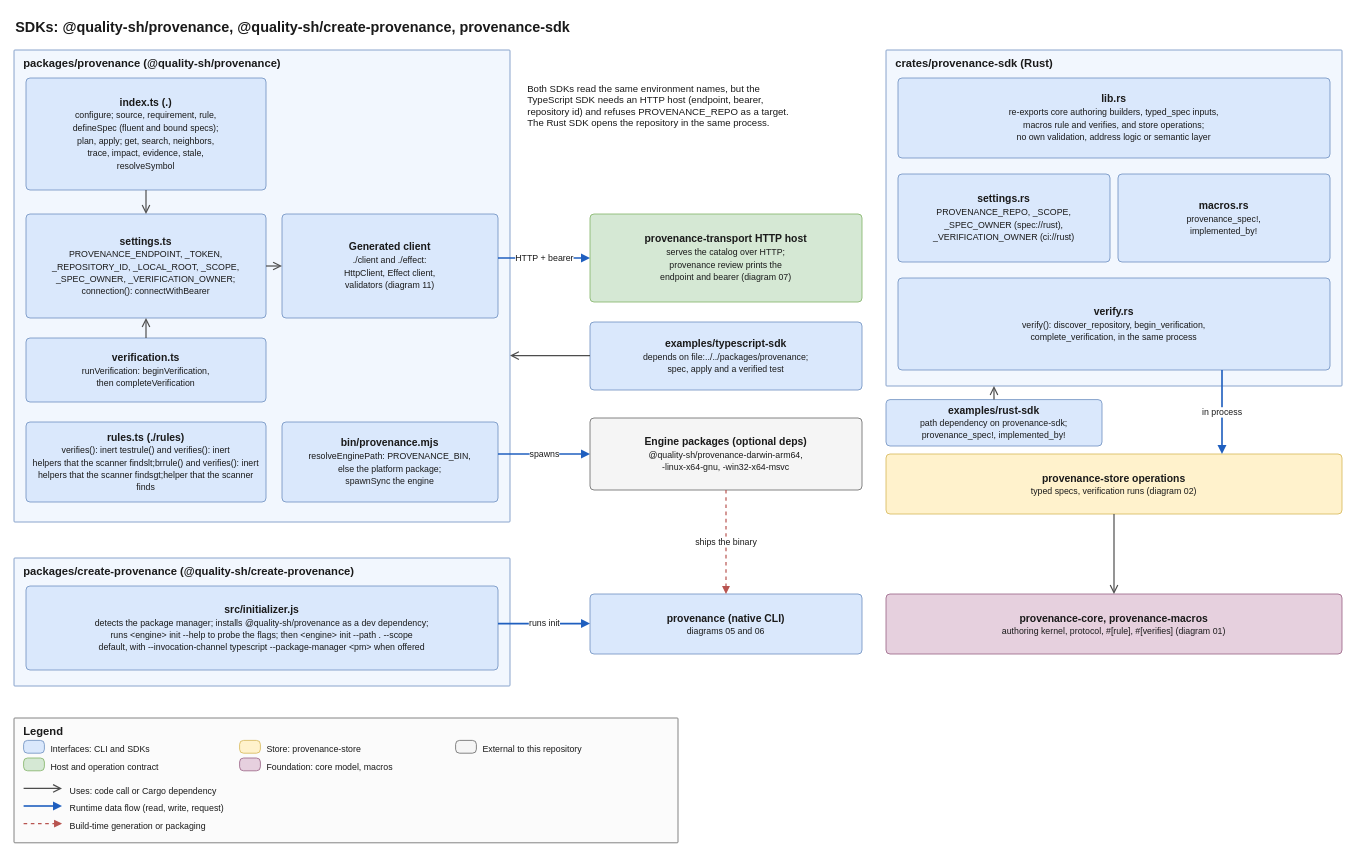
quality-sh/provenance keeps this draw.io diagram as docs/architecture/diagrams/12-sdks.drawio. Above is the earlier version. Source tidied: cells renumbered, new cells numbered last; positions are measured from the earlier drawing's top-left corner, leaving out a move shared by most shapes. Both pictures are drawn from the tidied source at 80%, with x=0, y=0 at pixel (14, 14).
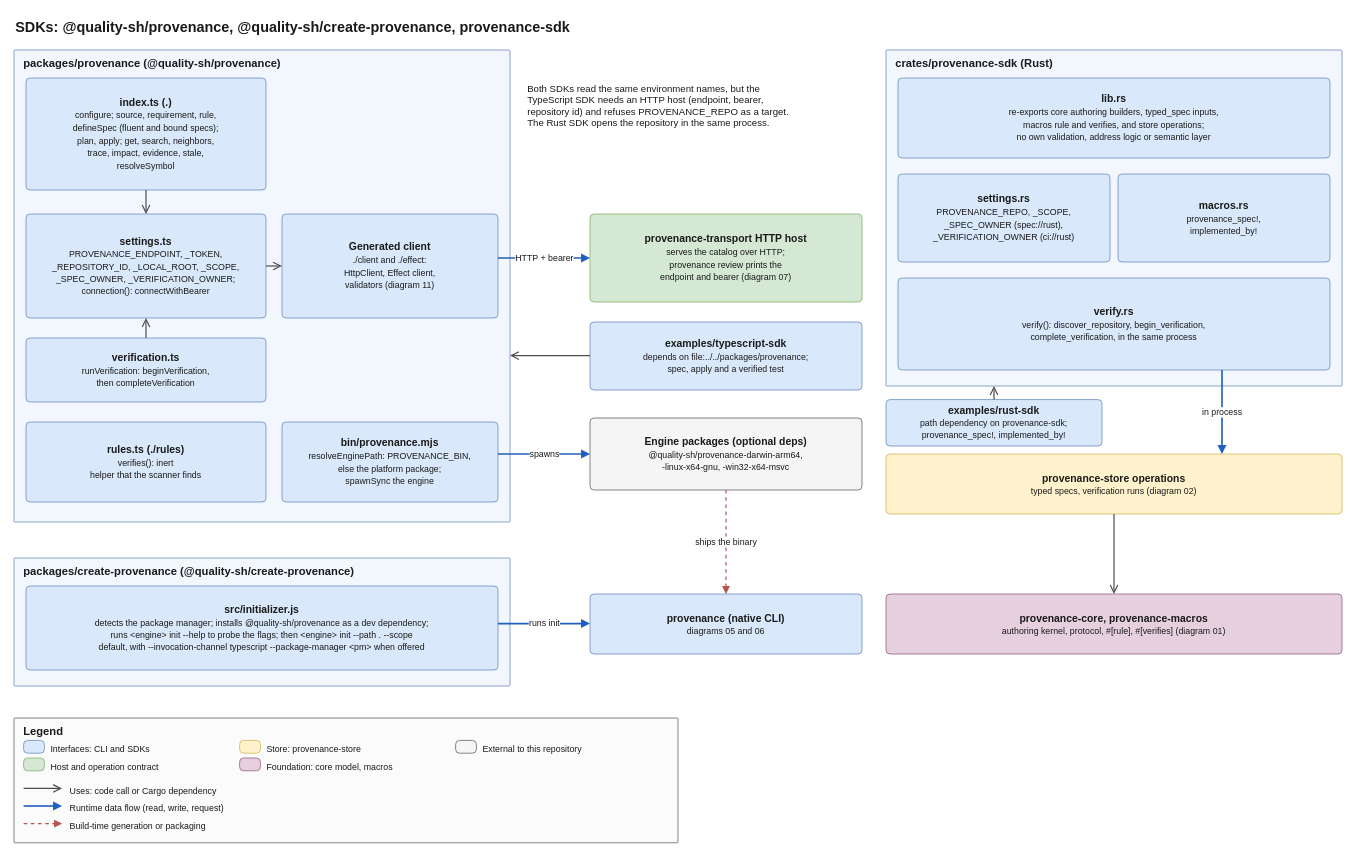
After the change.

Commit message (it also covers changes not shown here):
Put the construction comment above a type in the init guidance, repair the SDK diagram label, and state the comment sites and item names in the documents

Unchanged cells that the change refers to:
```xml
<mxCell id="3" value="packages/provenance (@quality-sh/provenance)" style="rounded=1;arcSize=2;absoluteArcSize=1;whiteSpace=wrap;html=1;fillColor=#f2f7fe;strokeColor=#6c8ebf;verticalAlign=top;align=left;spacingLeft=10;spacingRight=10;spacingTop=2;fontStyle=1;fontSize=14;fontColor=#1a1a1a;" parent="1" vertex="1">
  <mxGeometry y="45" width="620" height="590" as="geometry" />
</mxCell>
```

Diff of the diagram source:
```diff
@@
-    <mxCell id="7" value="&lt;b&gt;rules.ts (./rules)&lt;/b&gt;&lt;br&gt;&lt;font style=&quot;font-size:11px&quot;&gt;verifies(): inert testrule() and verifies(): inert&lt;br&gt;helpers that the scanner findslt;brrule() and verifies(): inert&lt;br&gt;helpers that the scanner findsgt;helper that the scanner finds&lt;/font&gt;" style="rounded=1;arcSize=10;absoluteArcSize=1;whiteSpace=wrap;html=1;fillColor=#dae8fc;strokeColor=#6c8ebf;fontSize=13;fontColor=#1a1a1a;verticalAlign=middle;align=center;spacing=4;" parent="3" vertex="1">
+    <mxCell id="7" value="&lt;b&gt;rules.ts (./rules)&lt;/b&gt;&lt;br&gt;&lt;font style=&quot;font-size:11px&quot;&gt;verifies(): inert&lt;br&gt;helper that the scanner finds&lt;/font&gt;" style="rounded=1;arcSize=10;absoluteArcSize=1;whiteSpace=wrap;html=1;fillColor=#dae8fc;strokeColor=#6c8ebf;fontSize=13;fontColor=#1a1a1a;verticalAlign=middle;align=center;spacing=4;" parent="3" vertex="1">
       <mxGeometry x="15" y="465" width="300" height="100" as="geometry" />
     </mxCell>
```
